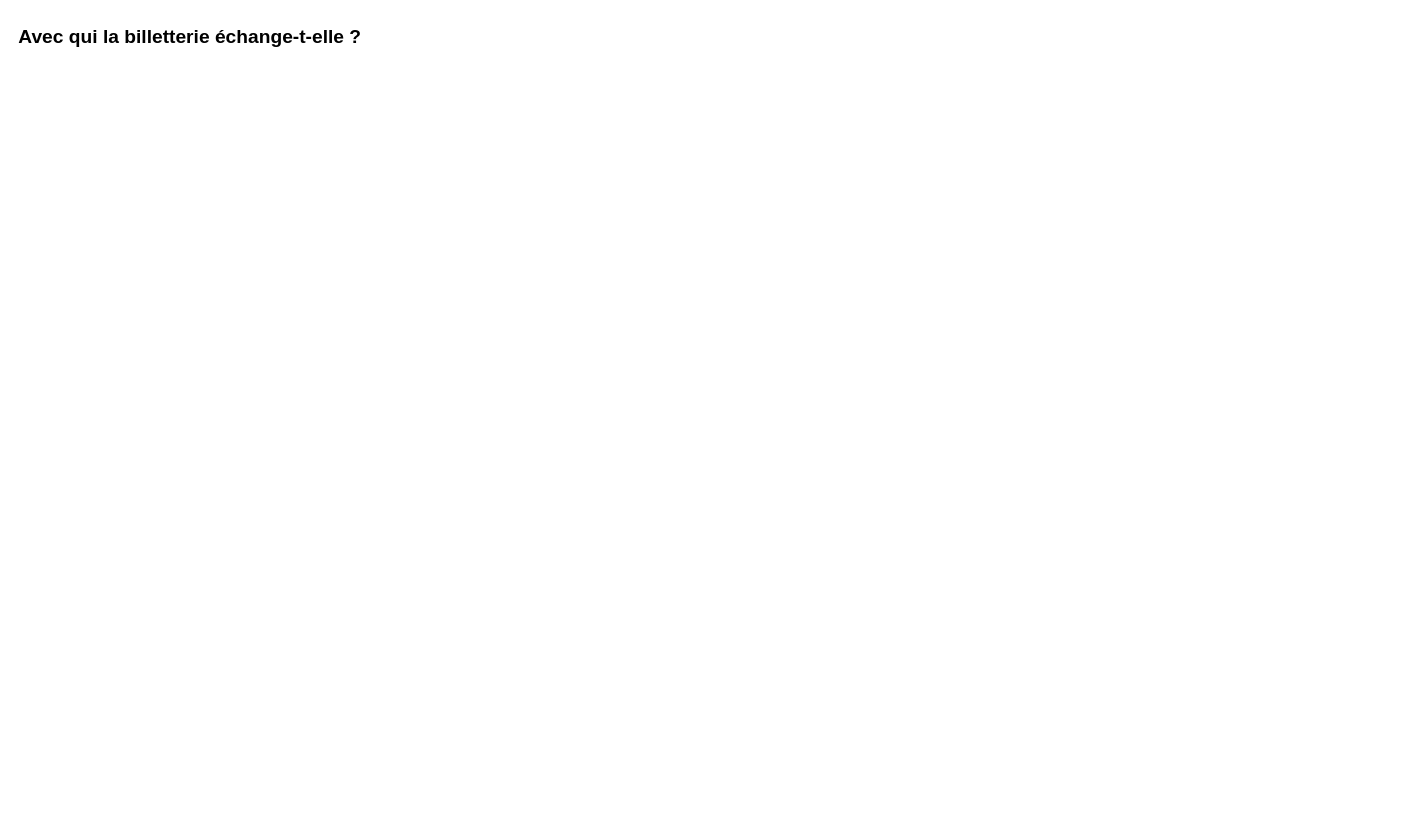
This is docs/diagrammes/1-contexte.drawio from RBigord/ecrans-villeneuve, a draw.io file, before an edit. Source tidied: cells renumbered, new cells numbered last; positions are measured from the earlier drawing's top-left corner, leaving out a move shared by most shapes. Both pictures are drawn from the tidied source at 96%, with x=0, y=0 at pixel (16, 16).
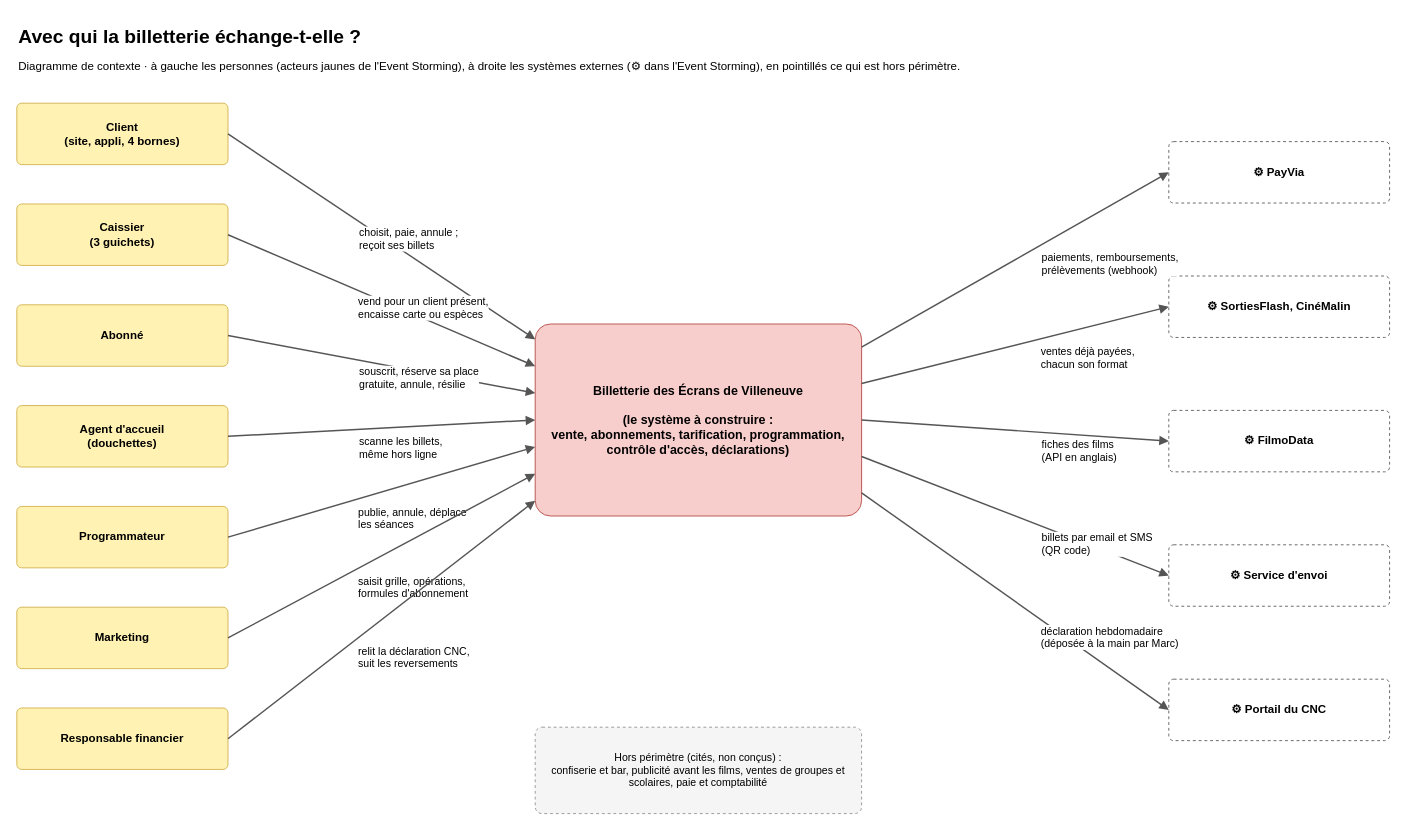
The same diagram, later.

The edit, as a diff of the source:
```diff
@@
     <mxCell id="2" value="Avec qui la billetterie échange-t-elle ?" style="text;html=1;fontSize=20;fontStyle=1;align=left;verticalAlign=middle;whiteSpace=wrap;" parent="1" vertex="1">
-      <mxGeometry width="1000" height="40" as="geometry" />
+      <mxGeometry width="1420" height="40" as="geometry" />
     </mxCell>
+    <mxCell id="3" value="Diagramme de contexte · à gauche les personnes (acteurs jaunes de l'Event Storming), à droite les systèmes externes (⚙ dans l'Event Storming), en pointillés ce qui est hors périmètre." style="text;html=1;whiteSpace=wrap;fontSize=12;align=left;verticalAlign=top;fontStyle=0;" parent="1" vertex="1">
+      <mxGeometry y="38" width="1400" height="22" as="geometry" />
+    </mxCell>
+    <mxCell id="4" value="Billetterie des Écrans de Villeneuve&lt;br&gt;&lt;br&gt;(le système à construire :&lt;br&gt;vente, abonnements, tarification, programmation,&lt;br&gt;contrôle d'accès, déclarations)" style="rounded=1;arcSize=8;strokeWidth=1;whiteSpace=wrap;html=1;fillColor=#F8CECC;strokeColor=#B85450;fontSize=13;fontStyle=1;align=center;verticalAlign=middle;fontColor=#000000;spacing=4;" parent="1" vertex="1">
+      <mxGeometry x="540" y="320" width="340" height="200" as="geometry" />
+    </mxCell>
+    <mxCell id="5" value="Client&lt;br&gt;(site, appli, 4 bornes)" style="rounded=1;arcSize=8;strokeWidth=1;whiteSpace=wrap;html=1;fillColor=#FFF2B3;strokeColor=#D6B656;fontSize=12;fontStyle=1;align=center;verticalAlign=middle;fontColor=#000000;spacing=4;" parent="1" vertex="1">
+      <mxGeometry y="90" width="220" height="64" as="geometry" />
+    </mxCell>
+    <mxCell id="6" value="Caissier&lt;br&gt;(3 guichets)" style="rounded=1;arcSize=8;strokeWidth=1;whiteSpace=wrap;html=1;fillColor=#FFF2B3;strokeColor=#D6B656;fontSize=12;fontStyle=1;align=center;verticalAlign=middle;fontColor=#000000;spacing=4;" parent="1" vertex="1">
+      <mxGeometry y="195" width="220" height="64" as="geometry" />
+    </mxCell>
+    <mxCell id="7" value="Abonné" style="rounded=1;arcSize=8;strokeWidth=1;whiteSpace=wrap;html=1;fillColor=#FFF2B3;strokeColor=#D6B656;fontSize=12;fontStyle=1;align=center;verticalAlign=middle;fontColor=#000000;spacing=4;" parent="1" vertex="1">
+      <mxGeometry y="300" width="220" height="64" as="geometry" />
+    </mxCell>
+    <mxCell id="8" value="Agent d'accueil&lt;br&gt;(douchettes)" style="rounded=1;arcSize=8;strokeWidth=1;whiteSpace=wrap;html=1;fillColor=#FFF2B3;strokeColor=#D6B656;fontSize=12;fontStyle=1;align=center;verticalAlign=middle;fontColor=#000000;spacing=4;" parent="1" vertex="1">
+      <mxGeometry y="405" width="220" height="64" as="geometry" />
+    </mxCell>
+    <mxCell id="9" value="Programmateur" style="rounded=1;arcSize=8;strokeWidth=1;whiteSpace=wrap;html=1;fillColor=#FFF2B3;strokeColor=#D6B656;fontSize=12;fontStyle=1;align=center;verticalAlign=middle;fontColor=#000000;spacing=4;" parent="1" vertex="1">
+      <mxGeometry y="510" width="220" height="64" as="geometry" />
+    </mxCell>
+    <mxCell id="10" value="Marketing" style="rounded=1;arcSize=8;strokeWidth=1;whiteSpace=wrap;html=1;fillColor=#FFF2B3;strokeColor=#D6B656;fontSize=12;fontStyle=1;align=center;verticalAlign=middle;fontColor=#000000;spacing=4;" parent="1" vertex="1">
+      <mxGeometry y="615" width="220" height="64" as="geometry" />
+    </mxCell>
+    <mxCell id="11" value="Responsable financier" style="rounded=1;arcSize=8;strokeWidth=1;whiteSpace=wrap;html=1;fillColor=#FFF2B3;strokeColor=#D6B656;fontSize=12;fontStyle=1;align=center;verticalAlign=middle;fontColor=#000000;spacing=4;" parent="1" vertex="1">
+      <mxGeometry y="720" width="220" height="64" as="geometry" />
+    </mxCell>
+    <mxCell id="12" value="⚙ PayVia" style="rounded=1;arcSize=8;strokeWidth=1;whiteSpace=wrap;html=1;fillColor=#FFFFFF;strokeColor=#666666;fontSize=12;fontStyle=1;align=center;verticalAlign=middle;fontColor=#000000;spacing=4;dashed=1;" parent="1" vertex="1">
+      <mxGeometry x="1200" y="130" width="230" height="64" as="geometry" />
+    </mxCell>
+    <mxCell id="13" value="⚙ SortiesFlash, CinéMalin" style="rounded=1;arcSize=8;strokeWidth=1;whiteSpace=wrap;html=1;fillColor=#FFFFFF;strokeColor=#666666;fontSize=12;fontStyle=1;align=center;verticalAlign=middle;fontColor=#000000;spacing=4;dashed=1;" parent="1" vertex="1">
+      <mxGeometry x="1200" y="270" width="230" height="64" as="geometry" />
+    </mxCell>
+    <mxCell id="14" value="⚙ FilmoData" style="rounded=1;arcSize=8;strokeWidth=1;whiteSpace=wrap;html=1;fillColor=#FFFFFF;strokeColor=#666666;fontSize=12;fontStyle=1;align=center;verticalAlign=middle;fontColor=#000000;spacing=4;dashed=1;" parent="1" vertex="1">
+      <mxGeometry x="1200" y="410" width="230" height="64" as="geometry" />
+    </mxCell>
+    <mxCell id="15" value="⚙ Service d'envoi" style="rounded=1;arcSize=8;strokeWidth=1;whiteSpace=wrap;html=1;fillColor=#FFFFFF;strokeColor=#666666;fontSize=12;fontStyle=1;align=center;verticalAlign=middle;fontColor=#000000;spacing=4;dashed=1;" parent="1" vertex="1">
+      <mxGeometry x="1200" y="550" width="230" height="64" as="geometry" />
+    </mxCell>
+    <mxCell id="16" value="⚙ Portail du CNC" style="rounded=1;arcSize=8;strokeWidth=1;whiteSpace=wrap;html=1;fillColor=#FFFFFF;strokeColor=#666666;fontSize=12;fontStyle=1;align=center;verticalAlign=middle;fontColor=#000000;spacing=4;dashed=1;" parent="1" vertex="1">
+      <mxGeometry x="1200" y="690" width="230" height="64" as="geometry" />
+    </mxCell>
+    <mxCell id="17" value="Hors périmètre (cités, non conçus) :&lt;br&gt;confiserie et bar, publicité avant les films, ventes de groupes et scolaires, paie et comptabilité" style="rounded=1;arcSize=8;strokeWidth=1;whiteSpace=wrap;html=1;fillColor=#F5F5F5;strokeColor=#999999;fontSize=11;fontStyle=0;align=center;verticalAlign=middle;fontColor=#000000;spacing=4;dashed=1;" parent="1" vertex="1">
+      <mxGeometry x="540" y="740" width="340" height="90" as="geometry" />
+    </mxCell>
+    <mxCell id="18" style="html=1;rounded=0;endArrow=block;strokeWidth=1.5;strokeColor=#555555;exitX=1;exitY=0.5;exitDx=0;exitDy=0;entryX=0;entryY=0.08;entryDx=0;entryDy=0;fontSize=11;" parent="1" edge="1" source="5" target="4">
+      <mxGeometry relative="1" as="geometry" />
+    </mxCell>
+    <mxCell id="19" value="choisit, paie, annule ;&lt;br&gt;reçoit ses billets" style="edgeLabel;html=1;fontSize=11;" parent="18" vertex="1">
+      <mxGeometry x="-0.16" relative="1" as="geometry" />
+    </mxCell>
+    <mxCell id="20" style="html=1;rounded=0;endArrow=block;strokeWidth=1.5;strokeColor=#555555;exitX=1;exitY=0.5;exitDx=0;exitDy=0;entryX=0;entryY=0.21999999999999997;entryDx=0;entryDy=0;fontSize=11;" parent="1" edge="1" source="6" target="4">
+      <mxGeometry relative="1" as="geometry" />
+    </mxCell>
+    <mxCell id="21" value="vend pour un client présent,&lt;br&gt;encaisse carte ou espèces" style="edgeLabel;html=1;fontSize=11;" parent="20" vertex="1">
+      <mxGeometry x="-0.16" relative="1" as="geometry" />
+    </mxCell>
+    <mxCell id="22" style="html=1;rounded=0;endArrow=block;strokeWidth=1.5;strokeColor=#555555;exitX=1;exitY=0.5;exitDx=0;exitDy=0;entryX=0;entryY=0.36;entryDx=0;entryDy=0;fontSize=11;" parent="1" edge="1" source="7" target="4">
+      <mxGeometry relative="1" as="geometry" />
+    </mxCell>
+    <mxCell id="23" value="souscrit, réserve sa place&lt;br&gt;gratuite, annule, résilie" style="edgeLabel;html=1;fontSize=11;" parent="22" vertex="1">
+      <mxGeometry x="-0.16" relative="1" as="geometry" />
+    </mxCell>
+    <mxCell id="24" style="html=1;rounded=0;endArrow=block;strokeWidth=1.5;strokeColor=#555555;exitX=1;exitY=0.5;exitDx=0;exitDy=0;entryX=0;entryY=0.5;entryDx=0;entryDy=0;fontSize=11;" parent="1" edge="1" source="8" target="4">
+      <mxGeometry relative="1" as="geometry" />
+    </mxCell>
+    <mxCell id="25" value="scanne les billets,&lt;br&gt;même hors ligne" style="edgeLabel;html=1;fontSize=11;" parent="24" vertex="1">
+      <mxGeometry x="-0.16" relative="1" as="geometry" />
+    </mxCell>
+    <mxCell id="26" style="html=1;rounded=0;endArrow=block;strokeWidth=1.5;strokeColor=#555555;exitX=1;exitY=0.5;exitDx=0;exitDy=0;entryX=0;entryY=0.6399999999999999;entryDx=0;entryDy=0;fontSize=11;" parent="1" edge="1" source="9" target="4">
+      <mxGeometry relative="1" as="geometry" />
+    </mxCell>
+    <mxCell id="27" value="publie, annule, déplace&lt;br&gt;les séances" style="edgeLabel;html=1;fontSize=11;" parent="26" vertex="1">
+      <mxGeometry x="-0.16" relative="1" as="geometry" />
+    </mxCell>
+    <mxCell id="28" style="html=1;rounded=0;endArrow=block;strokeWidth=1.5;strokeColor=#555555;exitX=1;exitY=0.5;exitDx=0;exitDy=0;entryX=0;entryY=0.78;entryDx=0;entryDy=0;fontSize=11;" parent="1" edge="1" source="10" target="4">
+      <mxGeometry relative="1" as="geometry" />
+    </mxCell>
+    <mxCell id="29" value="saisit grille, opérations,&lt;br&gt;formules d'abonnement" style="edgeLabel;html=1;fontSize=11;" parent="28" vertex="1">
+      <mxGeometry x="-0.16" relative="1" as="geometry" />
+    </mxCell>
+    <mxCell id="30" style="html=1;rounded=0;endArrow=block;strokeWidth=1.5;strokeColor=#555555;exitX=1;exitY=0.5;exitDx=0;exitDy=0;entryX=0;entryY=0.9199999999999999;entryDx=0;entryDy=0;fontSize=11;" parent="1" edge="1" source="11" target="4">
+      <mxGeometry relative="1" as="geometry" />
+    </mxCell>
+    <mxCell id="31" value="relit la déclaration CNC,&lt;br&gt;suit les reversements" style="edgeLabel;html=1;fontSize=11;" parent="30" vertex="1">
+      <mxGeometry x="-0.16" relative="1" as="geometry" />
+    </mxCell>
+    <mxCell id="32" style="html=1;rounded=0;endArrow=block;strokeWidth=1.5;strokeColor=#555555;exitX=1;exitY=0.12;exitDx=0;exitDy=0;entryX=0;entryY=0.5;entryDx=0;entryDy=0;fontSize=11;" parent="1" edge="1" source="4" target="12">
+      <mxGeometry relative="1" as="geometry" />
+    </mxCell>
+    <mxCell id="33" value="paiements, remboursements,&lt;br&gt;prélèvements (webhook)" style="edgeLabel;html=1;fontSize=11;" parent="32" vertex="1">
+      <mxGeometry x="0.16" relative="1" as="geometry" />
+    </mxCell>
+    <mxCell id="34" style="html=1;rounded=0;endArrow=block;strokeWidth=1.5;strokeColor=#555555;exitX=1;exitY=0.31;exitDx=0;exitDy=0;entryX=0;entryY=0.5;entryDx=0;entryDy=0;fontSize=11;" parent="1" edge="1" source="4" target="13">
+      <mxGeometry relative="1" as="geometry" />
+    </mxCell>
+    <mxCell id="35" value="ventes déjà payées,&lt;br&gt;chacun son format" style="edgeLabel;html=1;fontSize=11;" parent="34" vertex="1">
+      <mxGeometry x="0.16" relative="1" as="geometry" />
+    </mxCell>
+    <mxCell id="36" style="html=1;rounded=0;endArrow=block;strokeWidth=1.5;strokeColor=#555555;exitX=1;exitY=0.5;exitDx=0;exitDy=0;entryX=0;entryY=0.5;entryDx=0;entryDy=0;fontSize=11;" parent="1" edge="1" source="4" target="14">
+      <mxGeometry relative="1" as="geometry" />
+    </mxCell>
+    <mxCell id="37" value="fiches des films&lt;br&gt;(API en anglais)" style="edgeLabel;html=1;fontSize=11;" parent="36" vertex="1">
+      <mxGeometry x="0.16" relative="1" as="geometry" />
+    </mxCell>
+    <mxCell id="38" style="html=1;rounded=0;endArrow=block;strokeWidth=1.5;strokeColor=#555555;exitX=1;exitY=0.6900000000000001;exitDx=0;exitDy=0;entryX=0;entryY=0.5;entryDx=0;entryDy=0;fontSize=11;" parent="1" edge="1" source="4" target="15">
+      <mxGeometry relative="1" as="geometry" />
+    </mxCell>
+    <mxCell id="39" value="billets par email et SMS&lt;br&gt;(QR code)" style="edgeLabel;html=1;fontSize=11;" parent="38" vertex="1">
+      <mxGeometry x="0.16" relative="1" as="geometry" />
+    </mxCell>
+    <mxCell id="40" style="html=1;rounded=0;endArrow=block;strokeWidth=1.5;strokeColor=#555555;exitX=1;exitY=0.88;exitDx=0;exitDy=0;entryX=0;entryY=0.5;entryDx=0;entryDy=0;fontSize=11;" parent="1" edge="1" source="4" target="16">
+      <mxGeometry relative="1" as="geometry" />
+    </mxCell>
+    <mxCell id="41" value="déclaration hebdomadaire&lt;br&gt;(déposée à la main par Marc)" style="edgeLabel;html=1;fontSize=11;" parent="40" vertex="1">
+      <mxGeometry x="0.16" relative="1" as="geometry" />
+    </mxCell>
```
